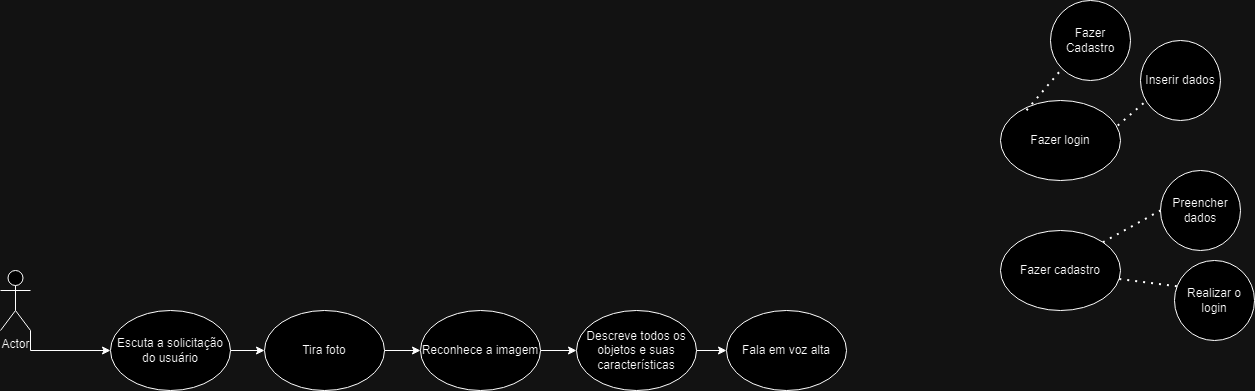
The draw.io diagram desenvolvimento_sistemas/3des/tcc/diagrama_caso_uso.drawio.png in LarissaCarrara/Senai-desenvolvimento-de-sistemas, before a commit. Source tidied: cells renumbered, new cells last; positions are measured from the earlier drawing's top-left corner, leaving out a move shared by most shapes.
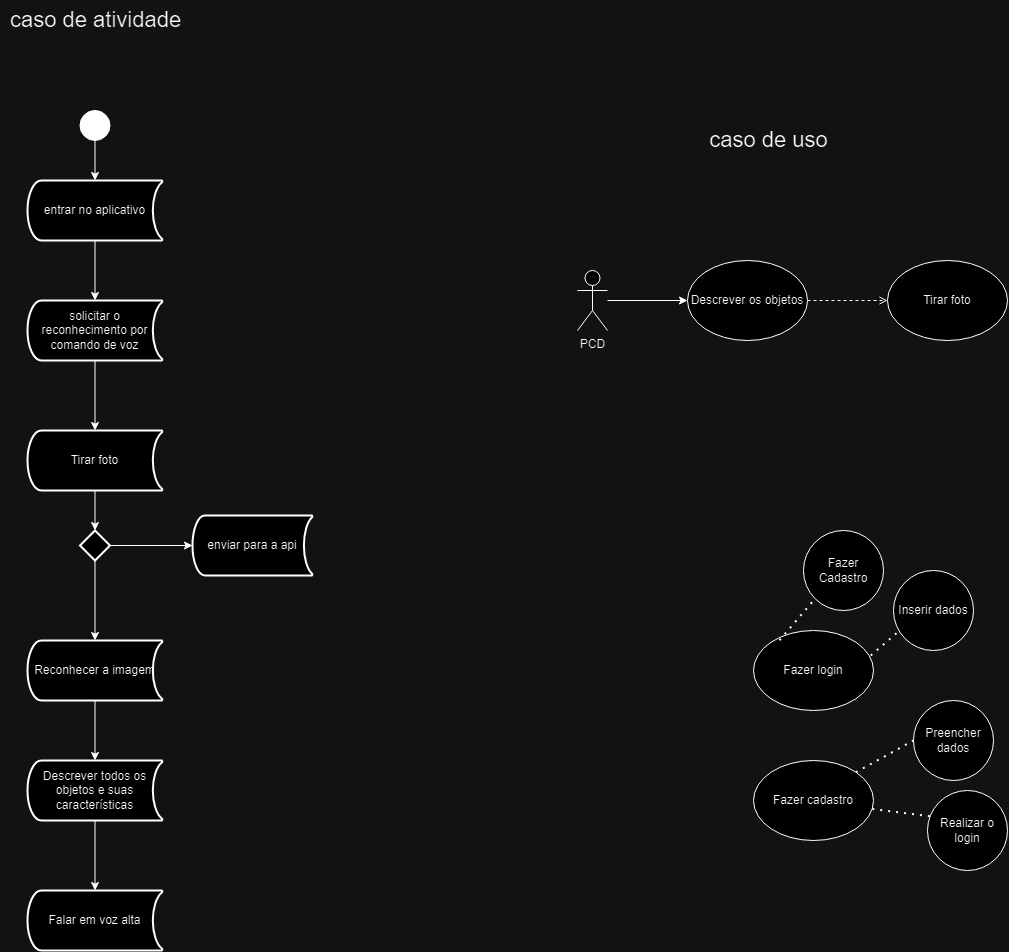
Above is the later version.

Diff of the diagram source:
```diff
@@ -2,39 +2,12 @@
   <root>
     <mxCell id="0" />
     <mxCell id="1" parent="0" />
-    <mxCell id="2" style="edgeStyle=orthogonalEdgeStyle;rounded=0;jettySize=auto;html=1;exitX=1;exitY=1;exitDx=0;exitDy=0;exitPerimeter=0;entryX=0;entryY=0.5;entryDx=0;entryDy=0;" parent="1" edge="1" source="3" target="12">
-      <mxGeometry relative="1" as="geometry" />
-    </mxCell>
-    <mxCell id="3" value="Actor" style="shape=umlActor;verticalLabelPosition=bottom;verticalAlign=top;html=1;outlineConnect=0;" parent="1" vertex="1">
-      <mxGeometry y="270" width="30" height="60" as="geometry" />
-    </mxCell>
     <mxCell id="4" value="Fazer login" style="ellipse;whiteSpace=wrap;html=1;" parent="1" vertex="1">
       <mxGeometry x="1000" y="100" width="120" height="80" as="geometry" />
     </mxCell>
     <mxCell id="5" value="Fazer cadastro" style="ellipse;whiteSpace=wrap;html=1;" parent="1" vertex="1">
       <mxGeometry x="1000" y="230" width="120" height="80" as="geometry" />
     </mxCell>
-    <mxCell id="6" style="edgeStyle=orthogonalEdgeStyle;rounded=0;jettySize=auto;html=1;" parent="1" edge="1" source="7" target="9">
-      <mxGeometry relative="1" as="geometry" />
-    </mxCell>
-    <mxCell id="7" value="Reconhece a imagem" style="ellipse;whiteSpace=wrap;html=1;" parent="1" vertex="1">
-      <mxGeometry x="420" y="310" width="120" height="80" as="geometry" />
-    </mxCell>
-    <mxCell id="8" style="edgeStyle=orthogonalEdgeStyle;rounded=0;jettySize=auto;html=1;" parent="1" edge="1" source="9" target="10">
-      <mxGeometry relative="1" as="geometry" />
-    </mxCell>
-    <mxCell id="9" value="Descreve todos os objetos e suas características" style="ellipse;whiteSpace=wrap;html=1;" parent="1" vertex="1">
-      <mxGeometry x="576" y="310" width="120" height="80" as="geometry" />
-    </mxCell>
-    <mxCell id="10" value="Fala em voz alta" style="ellipse;whiteSpace=wrap;html=1;" parent="1" vertex="1">
-      <mxGeometry x="726" y="310" width="120" height="80" as="geometry" />
-    </mxCell>
-    <mxCell id="11" style="edgeStyle=orthogonalEdgeStyle;rounded=0;jettySize=auto;html=1;" parent="1" edge="1" source="12" target="22">
-      <mxGeometry relative="1" as="geometry" />
-    </mxCell>
-    <mxCell id="12" value="Escuta a solicitação do usuário" style="ellipse;whiteSpace=wrap;html=1;" parent="1" vertex="1">
-      <mxGeometry x="110" y="310" width="120" height="80" as="geometry" />
-    </mxCell>
     <mxCell id="13" value="Fazer Cadastro" style="ellipse;whiteSpace=wrap;html=1;" parent="1" vertex="1">
       <mxGeometry x="1050" width="80" height="80" as="geometry" />
     </mxCell>
@@ -61,11 +34,77 @@
     <mxCell id="20" style="endArrow=none;dashed=1;html=1;dashPattern=1 3;strokeWidth=2;rounded=0;exitX=0.99;exitY=0.607;exitDx=0;exitDy=0;exitPerimeter=0;entryX=0.03;entryY=0.322;entryDx=0;entryDy=0;entryPerimeter=0;" parent="1" edge="1" source="5" target="16">
       <mxGeometry relative="1" as="geometry" />
     </mxCell>
-    <mxCell id="21" style="edgeStyle=orthogonalEdgeStyle;rounded=0;jettySize=auto;html=1;" parent="1" edge="1" source="22" target="7">
-      <mxGeometry relative="1" as="geometry" />
-    </mxCell>
-    <mxCell id="22" value="Tira foto" style="ellipse;whiteSpace=wrap;html=1;" parent="1" vertex="1">
-      <mxGeometry x="264" y="310" width="120" height="80" as="geometry" />
-    </mxCell>
+    <mxCell id="23" style="edgeStyle=orthogonalEdgeStyle;rounded=0;jettySize=auto;html=1;" parent="1" edge="1" source="24" target="26">
+      <mxGeometry relative="1" as="geometry" />
+    </mxCell>
+    <mxCell id="24" value="PCD&lt;br&gt;" style="shape=umlActor;verticalLabelPosition=bottom;verticalAlign=top;html=1;outlineConnect=0;" parent="1" vertex="1">
+      <mxGeometry x="824" y="-260" width="30" height="60" as="geometry" />
+    </mxCell>
+    <mxCell id="25" style="rounded=0;jettySize=auto;html=1;exitX=1;exitY=0.5;exitDx=0;exitDy=0;entryX=0;entryY=0.5;entryDx=0;entryDy=0;dashed=1;endArrow=open;endFill=0;" parent="1" edge="1" source="26" target="27">
+      <mxGeometry relative="1" as="geometry" />
+    </mxCell>
+    <mxCell id="26" value="Descrever os objetos" style="ellipse;whiteSpace=wrap;html=1;" parent="1" vertex="1">
+      <mxGeometry x="934" y="-270" width="120" height="80" as="geometry" />
+    </mxCell>
+    <mxCell id="27" value="Tirar foto" style="ellipse;whiteSpace=wrap;html=1;" parent="1" vertex="1">
+      <mxGeometry x="1134" y="-270" width="120" height="80" as="geometry" />
+    </mxCell>
+    <mxCell id="28" style="edgeStyle=orthogonalEdgeStyle;rounded=0;jettySize=auto;html=1;" parent="1" edge="1" source="29" target="31">
+      <mxGeometry relative="1" as="geometry" />
+    </mxCell>
+    <mxCell id="29" style="ellipse;whiteSpace=wrap;html=1;fillStyle=solid;fillColor=#000000;strokeColor=default;" parent="1" vertex="1">
+      <mxGeometry x="326.5" y="-420" width="30" height="30" as="geometry" />
+    </mxCell>
+    <mxCell id="30" style="edgeStyle=orthogonalEdgeStyle;rounded=0;jettySize=auto;html=1;" parent="1" edge="1" source="31" target="33">
+      <mxGeometry relative="1" as="geometry" />
+    </mxCell>
+    <mxCell id="31" value="entrar no aplicativo" style="strokeWidth=2;html=1;shape=mxgraph.flowchart.stored_data;whiteSpace=wrap;" parent="1" vertex="1">
+      <mxGeometry x="274" y="-350" width="135" height="60" as="geometry" />
+    </mxCell>
+    <mxCell id="32" style="edgeStyle=orthogonalEdgeStyle;rounded=0;jettySize=auto;html=1;" parent="1" edge="1" source="33" target="39">
+      <mxGeometry relative="1" as="geometry" />
+    </mxCell>
+    <mxCell id="33" value="solicitar o reconhecimento por comando de voz" style="strokeWidth=2;html=1;shape=mxgraph.flowchart.stored_data;whiteSpace=wrap;" parent="1" vertex="1">
+      <mxGeometry x="274" y="-230" width="135" height="60" as="geometry" />
+    </mxCell>
+    <mxCell id="34" style="edgeStyle=orthogonalEdgeStyle;rounded=0;jettySize=auto;html=1;" parent="1" edge="1" source="36" target="37">
+      <mxGeometry relative="1" as="geometry" />
+    </mxCell>
+    <mxCell id="35" style="edgeStyle=orthogonalEdgeStyle;rounded=0;jettySize=auto;html=1;" parent="1" edge="1" source="36" target="41">
+      <mxGeometry relative="1" as="geometry" />
+    </mxCell>
+    <mxCell id="36" style="strokeWidth=2;html=1;shape=mxgraph.flowchart.decision;whiteSpace=wrap;" parent="1" vertex="1">
+      <mxGeometry x="326.5" width="30" height="30" as="geometry" />
+    </mxCell>
+    <mxCell id="37" value="enviar para a api" style="strokeWidth=2;html=1;shape=mxgraph.flowchart.stored_data;whiteSpace=wrap;" parent="1" vertex="1">
+      <mxGeometry x="439" y="-15" width="120" height="60" as="geometry" />
+    </mxCell>
+    <mxCell id="38" style="edgeStyle=orthogonalEdgeStyle;rounded=0;jettySize=auto;html=1;" parent="1" edge="1" source="39" target="36">
+      <mxGeometry relative="1" as="geometry" />
+    </mxCell>
+    <mxCell id="39" value="Tirar foto" style="strokeWidth=2;html=1;shape=mxgraph.flowchart.stored_data;whiteSpace=wrap;" parent="1" vertex="1">
+      <mxGeometry x="274" y="-100" width="135" height="60" as="geometry" />
+    </mxCell>
+    <mxCell id="40" style="edgeStyle=orthogonalEdgeStyle;rounded=0;jettySize=auto;html=1;" parent="1" edge="1" source="41" target="43">
+      <mxGeometry relative="1" as="geometry" />
+    </mxCell>
+    <mxCell id="41" value="Reconhecer a imagem" style="strokeWidth=2;html=1;shape=mxgraph.flowchart.stored_data;whiteSpace=wrap;" parent="1" vertex="1">
+      <mxGeometry x="274" y="110" width="135" height="60" as="geometry" />
+    </mxCell>
+    <mxCell id="42" style="edgeStyle=orthogonalEdgeStyle;rounded=0;jettySize=auto;html=1;" parent="1" edge="1" source="43" target="44">
+      <mxGeometry relative="1" as="geometry" />
+    </mxCell>
+    <mxCell id="43" value="Descrever todos os objetos e suas características" style="strokeWidth=2;html=1;shape=mxgraph.flowchart.stored_data;whiteSpace=wrap;" parent="1" vertex="1">
+      <mxGeometry x="274" y="230" width="135" height="60" as="geometry" />
+    </mxCell>
+    <mxCell id="44" value="Falar em voz alta" style="strokeWidth=2;html=1;shape=mxgraph.flowchart.stored_data;whiteSpace=wrap;" parent="1" vertex="1">
+      <mxGeometry x="274" y="360" width="135" height="60" as="geometry" />
+    </mxCell>
+    <mxCell id="45" value="caso de atividade" style="text;html=1;align=center;verticalAlign=middle;strokeColor=none;fillColor=none;fontSize=22;" parent="1" vertex="1">
+      <mxGeometry x="246.5" y="-530" width="190" height="40" as="geometry" />
+    </mxCell>
+    <mxCell id="46" value="caso de uso" style="text;html=1;align=center;verticalAlign=middle;strokeColor=none;fillColor=none;fontSize=22;" parent="1" vertex="1">
+      <mxGeometry x="945" y="-410" width="140" height="40" as="geometry" />
+    </mxCell>
   </root>
 </mxGraphModel>
```
